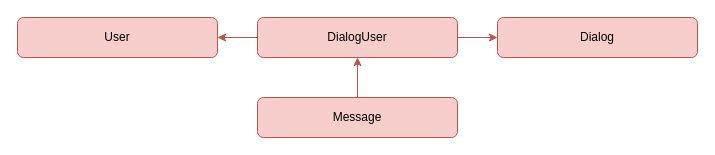
Before: page "DB" (1 of 4) of docs.drawio in UlfSct/bench_be_app, a draw.io diagram. Source tidied: cells renumbered, new cells numbered last; positions are measured from the earlier drawing's top-left corner, leaving out a move shared by most shapes. Both pictures are drawn from the tidied source at 100%, with x=0, y=0 at pixel (17, 17).
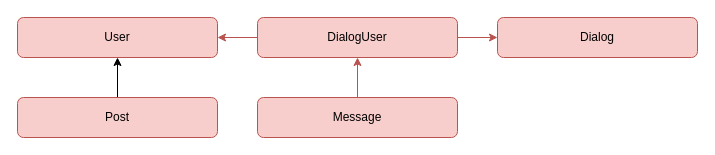
After the change.

What changed in the source:
```diff
@@
 <mxGraphModel>
   <root>
     <mxCell id="0" />
     <mxCell id="1" parent="0" />
     <mxCell id="2" value="User" style="rounded=1;whiteSpace=wrap;html=1;roundedPerimeter=1;fillColor=#f8cecc;strokeColor=#b85450;" parent="1" vertex="1">
       <mxGeometry width="200" height="40" as="geometry" />
     </mxCell>
     <mxCell id="3" style="edgeStyle=orthogonalEdgeStyle;rounded=0;jettySize=auto;html=1;defaultLabelBackgroundColor=page;fillColor=#f8cecc;strokeColor=#b85450;" parent="1" edge="1" source="4" target="8">
       <mxGeometry relative="1" as="geometry" />
     </mxCell>
     <mxCell id="4" value="Message" style="rounded=1;whiteSpace=wrap;html=1;roundedPerimeter=1;fillColor=#f8cecc;strokeColor=#b85450;" parent="1" vertex="1">
       <mxGeometry x="240" y="80" width="200" height="40" as="geometry" />
     </mxCell>
     <mxCell id="5" value="Dialog" style="rounded=1;whiteSpace=wrap;html=1;roundedPerimeter=1;fillColor=#f8cecc;strokeColor=#b85450;" parent="1" vertex="1">
       <mxGeometry x="480" width="200" height="40" as="geometry" />
     </mxCell>
     <mxCell id="6" style="edgeStyle=orthogonalEdgeStyle;rounded=0;jettySize=auto;html=1;defaultLabelBackgroundColor=page;fillColor=#f8cecc;strokeColor=#b85450;" parent="1" edge="1" source="8" target="2">
       <mxGeometry relative="1" as="geometry" />
     </mxCell>
     <mxCell id="7" style="edgeStyle=orthogonalEdgeStyle;rounded=0;jettySize=auto;html=1;defaultLabelBackgroundColor=page;fillColor=#f8cecc;strokeColor=#b85450;" parent="1" edge="1" source="8" target="5">
       <mxGeometry relative="1" as="geometry" />
     </mxCell>
     <mxCell id="8" value="DialogUser" style="rounded=1;whiteSpace=wrap;html=1;roundedPerimeter=1;fillColor=#f8cecc;strokeColor=#b85450;" parent="1" vertex="1">
       <mxGeometry x="240" width="200" height="40" as="geometry" />
     </mxCell>
+    <mxCell id="9" style="edgeStyle=orthogonalEdgeStyle;rounded=0;jettySize=auto;html=1;defaultLabelBackgroundColor=page;" parent="1" edge="1" source="10" target="2">
+      <mxGeometry relative="1" as="geometry" />
+    </mxCell>
+    <mxCell id="10" value="Post" style="rounded=1;whiteSpace=wrap;html=1;roundedPerimeter=1;fillColor=#f8cecc;strokeColor=#b85450;" parent="1" vertex="1">
+      <mxGeometry y="80" width="200" height="40" as="geometry" />
+    </mxCell>
   </root>
 </mxGraphModel>
```
